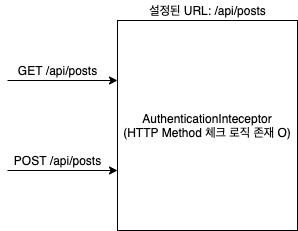
Above: Spring/MVC/image/interceptor_with_url.png in binghe819/TIL (draw.io), before the change. Source tidied: cells renumbered, new cells last; positions are measured from the earlier drawing's top-left corner, leaving out a move shared by most shapes. Source of this version:
```xml
<mxGraphModel>
  <root>
    <mxCell id="0" />
    <mxCell id="1" parent="0" />
    <mxCell id="2" style="endArrow=classic;html=1;entryX=0;entryY=0.5;entryDx=0;entryDy=0;" parent="1" edge="1">
      <mxGeometry relative="1" as="geometry">
        <mxPoint y="80" as="sourcePoint" />
        <mxPoint x="110" y="80" as="targetPoint" />
      </mxGeometry>
    </mxCell>
    <mxCell id="3" value="GET /api/posts" style="text;html=1;align=center;verticalAlign=middle;strokeColor=none;" parent="1" vertex="1">
      <mxGeometry x="5" y="60" width="90" height="20" as="geometry" />
    </mxCell>
    <mxCell id="4" style="endArrow=classic;html=1;entryX=0;entryY=0.5;entryDx=0;entryDy=0;" parent="1" edge="1">
      <mxGeometry relative="1" as="geometry">
        <mxPoint y="170" as="sourcePoint" />
        <mxPoint x="110" y="170" as="targetPoint" />
      </mxGeometry>
    </mxCell>
    <mxCell id="5" value="POST /api/posts" style="text;html=1;align=center;verticalAlign=middle;strokeColor=none;" parent="1" vertex="1">
      <mxGeometry y="150" width="100" height="20" as="geometry" />
    </mxCell>
    <mxCell id="6" value="AuthenticationInteceptor&lt;br&gt;(HTTP Method 체크 로직 존재 O)" style="rounded=0;whiteSpace=wrap;html=1;" parent="1" vertex="1">
      <mxGeometry x="110" y="20" width="180" height="210" as="geometry" />
    </mxCell>
    <mxCell id="7" value="설정된 URL: /api/posts" style="text;html=1;align=center;verticalAlign=middle;strokeColor=none;" parent="1" vertex="1">
      <mxGeometry x="135" width="130" height="20" as="geometry" />
    </mxCell>
  </root>
</mxGraphModel>
```
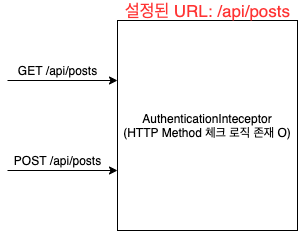
After the commit.

The edit, as a diff of the source:
```diff
@@ -23,8 +23,8 @@
     <mxCell id="6" value="AuthenticationInteceptor&lt;br&gt;(HTTP Method 체크 로직 존재 O)" style="rounded=0;whiteSpace=wrap;html=1;" parent="1" vertex="1">
       <mxGeometry x="110" y="20" width="180" height="210" as="geometry" />
     </mxCell>
-    <mxCell id="7" value="설정된 URL: /api/posts" style="text;html=1;align=center;verticalAlign=middle;strokeColor=none;" parent="1" vertex="1">
-      <mxGeometry x="135" width="130" height="20" as="geometry" />
+    <mxCell id="7" value="&lt;font color=&quot;#ff3333&quot; style=&quot;font-size: 17px&quot;&gt;설정된 URL: /api/posts&lt;/font&gt;" style="text;html=1;align=center;verticalAlign=middle;strokeColor=none;" parent="1" vertex="1">
+      <mxGeometry x="110" width="180" height="20" as="geometry" />
     </mxCell>
   </root>
 </mxGraphModel>
```
